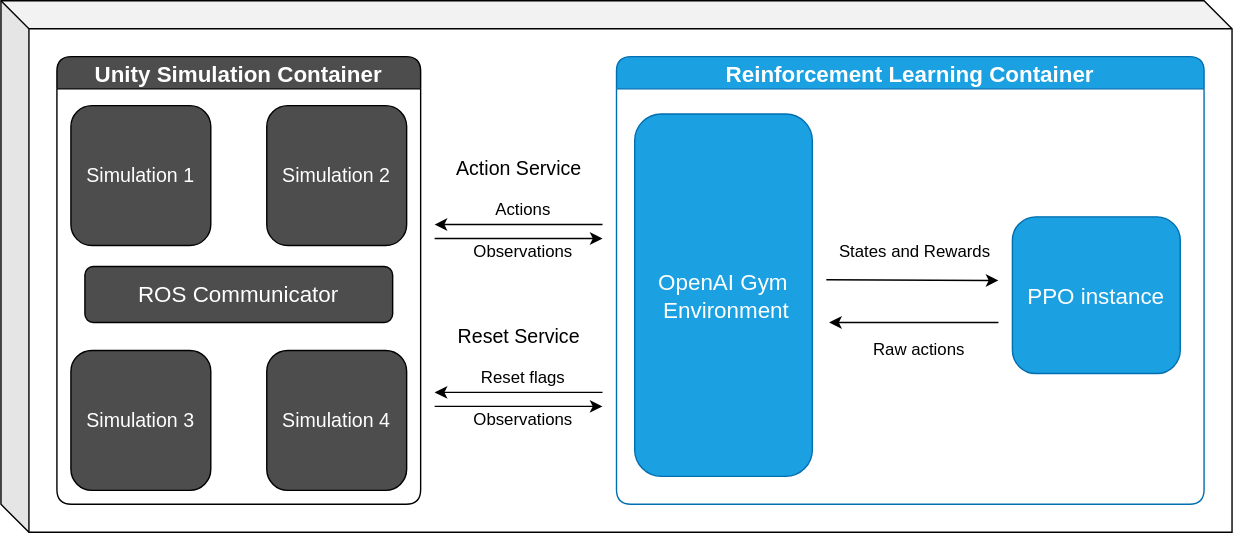
ronansgd/My-portfolio keeps this draw.io diagram as images/cmlr/architecture.svg. Above is the earlier version. Source tidied: cells renumbered, new cells last; positions are measured from the earlier drawing's top-left corner, leaving out a move shared by most shapes. Source of this version:
```xml
<mxGraphModel>
  <root>
    <mxCell id="0" />
    <mxCell id="1" parent="0" />
    <mxCell id="2" style="shape=cube;whiteSpace=wrap;html=1;boundedLbl=1;backgroundOutline=1;darkOpacity=0.05;darkOpacity2=0.1;" parent="1" vertex="1">
      <mxGeometry width="880" height="380" as="geometry" />
    </mxCell>
    <mxCell id="3" value="Reinforcement Learning Container" style="swimlane;fillColor=#1ba1e2;strokeColor=#006EAF;fontColor=#ffffff;rounded=1;swimlaneLine=1;sketch=0;shadow=0;glass=0;fontSize=16;" parent="1" vertex="1">
      <mxGeometry x="440" y="40" width="420" height="320" as="geometry" />
    </mxCell>
    <mxCell id="4" value="&lt;font style=&quot;font-size: 16px&quot;&gt;OpenAI Gym &lt;br&gt;&amp;nbsp;Environment&lt;/font&gt;" style="rounded=1;whiteSpace=wrap;html=1;fillColor=#1ba1e2;strokeColor=#006EAF;fontColor=#ffffff;glass=0;sketch=0;" parent="3" vertex="1">
      <mxGeometry x="13" y="41" width="127" height="259" as="geometry" />
    </mxCell>
    <mxCell id="5" value="&lt;font style=&quot;font-size: 16px&quot;&gt;PPO instance&lt;/font&gt;" style="rounded=1;whiteSpace=wrap;html=1;fillColor=#1ba1e2;strokeColor=#006EAF;fontColor=#ffffff;sketch=0;" parent="3" vertex="1">
      <mxGeometry x="283" y="114.5" width="120" height="112" as="geometry" />
    </mxCell>
    <mxCell id="6" value="&lt;font style=&quot;font-size: 12px&quot;&gt;Raw actions&lt;/font&gt;" style="endArrow=classic;html=1;" parent="3" edge="1">
      <mxGeometry x="-0.06" y="20" relative="1" as="geometry">
        <mxPoint x="273" y="190" as="sourcePoint" />
        <mxPoint x="152" y="190" as="targetPoint" />
      </mxGeometry>
    </mxCell>
    <mxCell id="7" value="&lt;font style=&quot;font-size: 12px&quot;&gt;States and Rewards&lt;/font&gt;" style="endArrow=classic;html=1;endSize=6;" parent="3" edge="1">
      <mxGeometry x="0.02" y="20" relative="1" as="geometry">
        <mxPoint x="150" y="159.5" as="sourcePoint" />
        <mxPoint x="273" y="160" as="targetPoint" />
      </mxGeometry>
    </mxCell>
    <mxCell id="8" value="&lt;font style=&quot;font-size: 12px&quot;&gt;Reset flags&lt;/font&gt;" style="endArrow=classic;html=1;entryX=1.006;entryY=0.375;entryDx=0;entryDy=0;entryPerimeter=0;" parent="1" edge="1">
      <mxGeometry x="-0.06" y="-10" relative="1" as="geometry">
        <mxPoint x="430" y="280" as="sourcePoint" />
        <mxPoint x="310" y="280" as="targetPoint" />
      </mxGeometry>
    </mxCell>
    <mxCell id="9" value="&lt;font style=&quot;font-size: 12px&quot;&gt;Actions&lt;/font&gt;" style="endArrow=classic;html=1;entryX=1.006;entryY=0.375;entryDx=0;entryDy=0;entryPerimeter=0;" parent="1" edge="1">
      <mxGeometry x="-0.06" y="-10" relative="1" as="geometry">
        <mxPoint x="430" y="160" as="sourcePoint" />
        <mxPoint x="310" y="160" as="targetPoint" />
      </mxGeometry>
    </mxCell>
    <mxCell id="10" value="&lt;font style=&quot;font-size: 12px&quot;&gt;Observations&lt;/font&gt;" style="endArrow=classic;html=1;exitX=1;exitY=0.75;exitDx=0;exitDy=0;" parent="1" edge="1">
      <mxGeometry x="0.05" y="-10" relative="1" as="geometry">
        <mxPoint x="310" y="170" as="sourcePoint" />
        <mxPoint x="430" y="170" as="targetPoint" />
      </mxGeometry>
    </mxCell>
    <mxCell id="11" value="Unity Simulation Container" style="swimlane;fontColor=#ffffff;rounded=1;swimlaneLine=1;sketch=0;shadow=0;glass=0;fillColor=#4D4D4D;fontSize=16;" parent="1" vertex="1">
      <mxGeometry x="40" y="40" width="260" height="320" as="geometry" />
    </mxCell>
    <mxCell id="12" value="&lt;font style=&quot;font-size: 14px&quot;&gt;Simulation 1&lt;/font&gt;" style="rounded=1;whiteSpace=wrap;html=1;fontColor=#ffffff;glass=0;sketch=0;fillColor=#4D4D4D;" parent="11" vertex="1">
      <mxGeometry x="10" y="35" width="100" height="100" as="geometry" />
    </mxCell>
    <mxCell id="13" value="&lt;font style=&quot;font-size: 14px&quot;&gt;Simulation 2&lt;/font&gt;" style="rounded=1;whiteSpace=wrap;html=1;fontColor=#ffffff;glass=0;sketch=0;fillColor=#4D4D4D;" parent="11" vertex="1">
      <mxGeometry x="150" y="35" width="100" height="100" as="geometry" />
    </mxCell>
    <mxCell id="14" value="&lt;font style=&quot;font-size: 14px&quot;&gt;Simulation 3&lt;/font&gt;" style="rounded=1;whiteSpace=wrap;html=1;fontColor=#ffffff;glass=0;sketch=0;fillColor=#4D4D4D;" parent="11" vertex="1">
      <mxGeometry x="10" y="210" width="100" height="100" as="geometry" />
    </mxCell>
    <mxCell id="15" value="&lt;font style=&quot;font-size: 14px&quot;&gt;Simulation 4&lt;/font&gt;" style="rounded=1;whiteSpace=wrap;html=1;fontColor=#ffffff;glass=0;sketch=0;fillColor=#4D4D4D;" parent="11" vertex="1">
      <mxGeometry x="150" y="210" width="100" height="100" as="geometry" />
    </mxCell>
    <mxCell id="16" value="&lt;font style=&quot;font-size: 16px&quot;&gt;ROS Communicator&lt;/font&gt;" style="rounded=1;whiteSpace=wrap;html=1;fontColor=#ffffff;glass=0;sketch=0;fillColor=#4D4D4D;" parent="11" vertex="1">
      <mxGeometry x="20" y="150" width="220" height="40" as="geometry" />
    </mxCell>
    <mxCell id="17" value="&lt;font style=&quot;font-size: 12px&quot;&gt;Observations&lt;/font&gt;" style="endArrow=classic;html=1;exitX=1;exitY=0.75;exitDx=0;exitDy=0;" parent="1" edge="1">
      <mxGeometry x="0.05" y="-10" relative="1" as="geometry">
        <mxPoint x="310" y="290" as="sourcePoint" />
        <mxPoint x="430" y="290" as="targetPoint" />
      </mxGeometry>
    </mxCell>
    <mxCell id="18" value="&lt;font style=&quot;font-size: 14px&quot;&gt;Reset Service&lt;/font&gt;" style="text;html=1;align=center;verticalAlign=middle;fillColor=none;strokeColor=none;rounded=0;" parent="1" vertex="1">
      <mxGeometry x="320" y="230" width="100" height="20" as="geometry" />
    </mxCell>
    <mxCell id="19" value="&lt;font style=&quot;font-size: 14px&quot;&gt;Action Service&lt;/font&gt;" style="text;html=1;align=center;verticalAlign=middle;fillColor=none;strokeColor=none;rounded=0;" parent="1" vertex="1">
      <mxGeometry x="320" y="110" width="100" height="20" as="geometry" />
    </mxCell>
  </root>
</mxGraphModel>
```
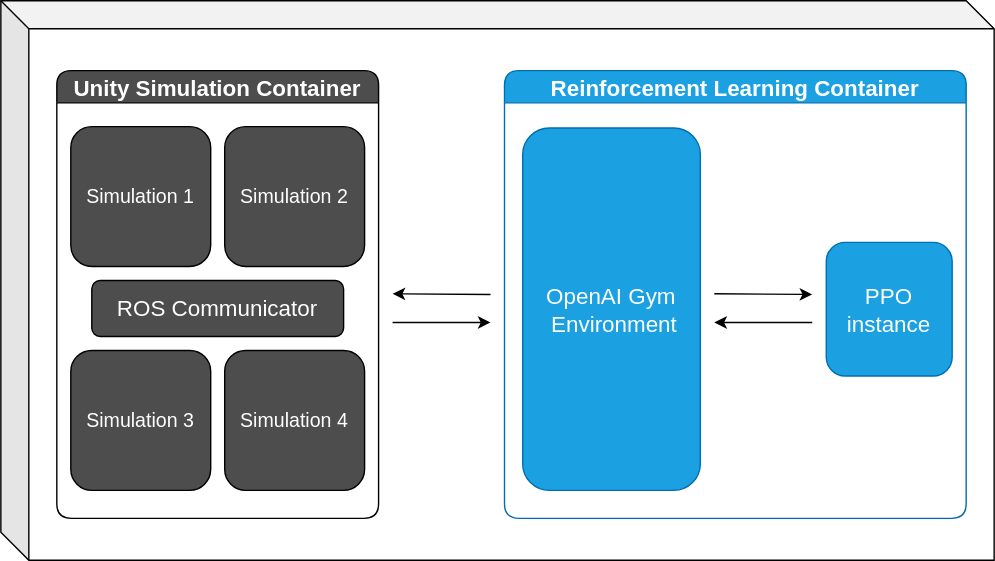
The same diagram one commit later.

Change to the diagram source:
```diff
@@ -3,76 +3,58 @@
     <mxCell id="0" />
     <mxCell id="1" parent="0" />
     <mxCell id="2" style="shape=cube;whiteSpace=wrap;html=1;boundedLbl=1;backgroundOutline=1;darkOpacity=0.05;darkOpacity2=0.1;" parent="1" vertex="1">
-      <mxGeometry width="880" height="380" as="geometry" />
+      <mxGeometry x="30" y="-10" width="710" height="400" as="geometry" />
     </mxCell>
     <mxCell id="3" value="Reinforcement Learning Container" style="swimlane;fillColor=#1ba1e2;strokeColor=#006EAF;fontColor=#ffffff;rounded=1;swimlaneLine=1;sketch=0;shadow=0;glass=0;fontSize=16;" parent="1" vertex="1">
-      <mxGeometry x="440" y="40" width="420" height="320" as="geometry" />
+      <mxGeometry x="390" y="40" width="330" height="320" as="geometry" />
     </mxCell>
     <mxCell id="4" value="&lt;font style=&quot;font-size: 16px&quot;&gt;OpenAI Gym &lt;br&gt;&amp;nbsp;Environment&lt;/font&gt;" style="rounded=1;whiteSpace=wrap;html=1;fillColor=#1ba1e2;strokeColor=#006EAF;fontColor=#ffffff;glass=0;sketch=0;" parent="3" vertex="1">
       <mxGeometry x="13" y="41" width="127" height="259" as="geometry" />
     </mxCell>
     <mxCell id="5" value="&lt;font style=&quot;font-size: 16px&quot;&gt;PPO instance&lt;/font&gt;" style="rounded=1;whiteSpace=wrap;html=1;fillColor=#1ba1e2;strokeColor=#006EAF;fontColor=#ffffff;sketch=0;" parent="3" vertex="1">
-      <mxGeometry x="283" y="114.5" width="120" height="112" as="geometry" />
+      <mxGeometry x="230" y="122.8" width="90" height="95.5" as="geometry" />
     </mxCell>
-    <mxCell id="6" value="&lt;font style=&quot;font-size: 12px&quot;&gt;Raw actions&lt;/font&gt;" style="endArrow=classic;html=1;" parent="3" edge="1">
-      <mxGeometry x="-0.06" y="20" relative="1" as="geometry">
-        <mxPoint x="273" y="190" as="sourcePoint" />
-        <mxPoint x="152" y="190" as="targetPoint" />
+    <mxCell id="6" style="endArrow=classic;html=1;" parent="3" edge="1">
+      <mxGeometry x="-0.39" y="20" relative="1" as="geometry">
+        <mxPoint x="220" y="180" as="sourcePoint" />
+        <mxPoint x="150" y="180" as="targetPoint" />
       </mxGeometry>
     </mxCell>
-    <mxCell id="7" value="&lt;font style=&quot;font-size: 12px&quot;&gt;States and Rewards&lt;/font&gt;" style="endArrow=classic;html=1;endSize=6;" parent="3" edge="1">
+    <mxCell id="7" style="endArrow=classic;html=1;endSize=6;" parent="3" edge="1">
       <mxGeometry x="0.02" y="20" relative="1" as="geometry">
         <mxPoint x="150" y="159.5" as="sourcePoint" />
-        <mxPoint x="273" y="160" as="targetPoint" />
+        <mxPoint x="220" y="160" as="targetPoint" />
       </mxGeometry>
     </mxCell>
-    <mxCell id="8" value="&lt;font style=&quot;font-size: 12px&quot;&gt;Reset flags&lt;/font&gt;" style="endArrow=classic;html=1;entryX=1.006;entryY=0.375;entryDx=0;entryDy=0;entryPerimeter=0;" parent="1" edge="1">
-      <mxGeometry x="-0.06" y="-10" relative="1" as="geometry">
-        <mxPoint x="430" y="280" as="sourcePoint" />
-        <mxPoint x="310" y="280" as="targetPoint" />
-      </mxGeometry>
-    </mxCell>
-    <mxCell id="9" value="&lt;font style=&quot;font-size: 12px&quot;&gt;Actions&lt;/font&gt;" style="endArrow=classic;html=1;entryX=1.006;entryY=0.375;entryDx=0;entryDy=0;entryPerimeter=0;" parent="1" edge="1">
+    <mxCell id="9" style="endArrow=classic;html=1;entryX=1.006;entryY=0.375;entryDx=0;entryDy=0;entryPerimeter=0;" parent="1" edge="1">
       <mxGeometry x="-0.06" y="-10" relative="1" as="geometry">
-        <mxPoint x="430" y="160" as="sourcePoint" />
-        <mxPoint x="310" y="160" as="targetPoint" />
+        <mxPoint x="380" y="200" as="sourcePoint" />
+        <mxPoint x="310" y="199.5" as="targetPoint" />
       </mxGeometry>
     </mxCell>
-    <mxCell id="10" value="&lt;font style=&quot;font-size: 12px&quot;&gt;Observations&lt;/font&gt;" style="endArrow=classic;html=1;exitX=1;exitY=0.75;exitDx=0;exitDy=0;" parent="1" edge="1">
+    <mxCell id="10" style="endArrow=classic;html=1;exitX=1;exitY=0.75;exitDx=0;exitDy=0;" parent="1" edge="1">
       <mxGeometry x="0.05" y="-10" relative="1" as="geometry">
-        <mxPoint x="310" y="170" as="sourcePoint" />
-        <mxPoint x="430" y="170" as="targetPoint" />
+        <mxPoint x="310" y="220" as="sourcePoint" />
+        <mxPoint x="380" y="220" as="targetPoint" />
       </mxGeometry>
     </mxCell>
     <mxCell id="11" value="Unity Simulation Container" style="swimlane;fontColor=#ffffff;rounded=1;swimlaneLine=1;sketch=0;shadow=0;glass=0;fillColor=#4D4D4D;fontSize=16;" parent="1" vertex="1">
-      <mxGeometry x="40" y="40" width="260" height="320" as="geometry" />
+      <mxGeometry x="70" y="40" width="230" height="320" as="geometry" />
     </mxCell>
     <mxCell id="12" value="&lt;font style=&quot;font-size: 14px&quot;&gt;Simulation 1&lt;/font&gt;" style="rounded=1;whiteSpace=wrap;html=1;fontColor=#ffffff;glass=0;sketch=0;fillColor=#4D4D4D;" parent="11" vertex="1">
-      <mxGeometry x="10" y="35" width="100" height="100" as="geometry" />
+      <mxGeometry x="10" y="40" width="100" height="100" as="geometry" />
     </mxCell>
     <mxCell id="13" value="&lt;font style=&quot;font-size: 14px&quot;&gt;Simulation 2&lt;/font&gt;" style="rounded=1;whiteSpace=wrap;html=1;fontColor=#ffffff;glass=0;sketch=0;fillColor=#4D4D4D;" parent="11" vertex="1">
-      <mxGeometry x="150" y="35" width="100" height="100" as="geometry" />
+      <mxGeometry x="120" y="40" width="100" height="100" as="geometry" />
     </mxCell>
     <mxCell id="14" value="&lt;font style=&quot;font-size: 14px&quot;&gt;Simulation 3&lt;/font&gt;" style="rounded=1;whiteSpace=wrap;html=1;fontColor=#ffffff;glass=0;sketch=0;fillColor=#4D4D4D;" parent="11" vertex="1">
-      <mxGeometry x="10" y="210" width="100" height="100" as="geometry" />
+      <mxGeometry x="10" y="200" width="100" height="100" as="geometry" />
     </mxCell>
     <mxCell id="15" value="&lt;font style=&quot;font-size: 14px&quot;&gt;Simulation 4&lt;/font&gt;" style="rounded=1;whiteSpace=wrap;html=1;fontColor=#ffffff;glass=0;sketch=0;fillColor=#4D4D4D;" parent="11" vertex="1">
-      <mxGeometry x="150" y="210" width="100" height="100" as="geometry" />
+      <mxGeometry x="120" y="200" width="100" height="100" as="geometry" />
     </mxCell>
     <mxCell id="16" value="&lt;font style=&quot;font-size: 16px&quot;&gt;ROS Communicator&lt;/font&gt;" style="rounded=1;whiteSpace=wrap;html=1;fontColor=#ffffff;glass=0;sketch=0;fillColor=#4D4D4D;" parent="11" vertex="1">
-      <mxGeometry x="20" y="150" width="220" height="40" as="geometry" />
+      <mxGeometry x="25" y="150" width="180" height="40" as="geometry" />
     </mxCell>
-    <mxCell id="17" value="&lt;font style=&quot;font-size: 12px&quot;&gt;Observations&lt;/font&gt;" style="endArrow=classic;html=1;exitX=1;exitY=0.75;exitDx=0;exitDy=0;" parent="1" edge="1">
-      <mxGeometry x="0.05" y="-10" relative="1" as="geometry">
-        <mxPoint x="310" y="290" as="sourcePoint" />
-        <mxPoint x="430" y="290" as="targetPoint" />
-      </mxGeometry>
-    </mxCell>
-    <mxCell id="18" value="&lt;font style=&quot;font-size: 14px&quot;&gt;Reset Service&lt;/font&gt;" style="text;html=1;align=center;verticalAlign=middle;fillColor=none;strokeColor=none;rounded=0;" parent="1" vertex="1">
-      <mxGeometry x="320" y="230" width="100" height="20" as="geometry" />
-    </mxCell>
-    <mxCell id="19" value="&lt;font style=&quot;font-size: 14px&quot;&gt;Action Service&lt;/font&gt;" style="text;html=1;align=center;verticalAlign=middle;fillColor=none;strokeColor=none;rounded=0;" parent="1" vertex="1">
-      <mxGeometry x="320" y="110" width="100" height="20" as="geometry" />
-    </mxCell>
   </root>
 </mxGraphModel>
```
